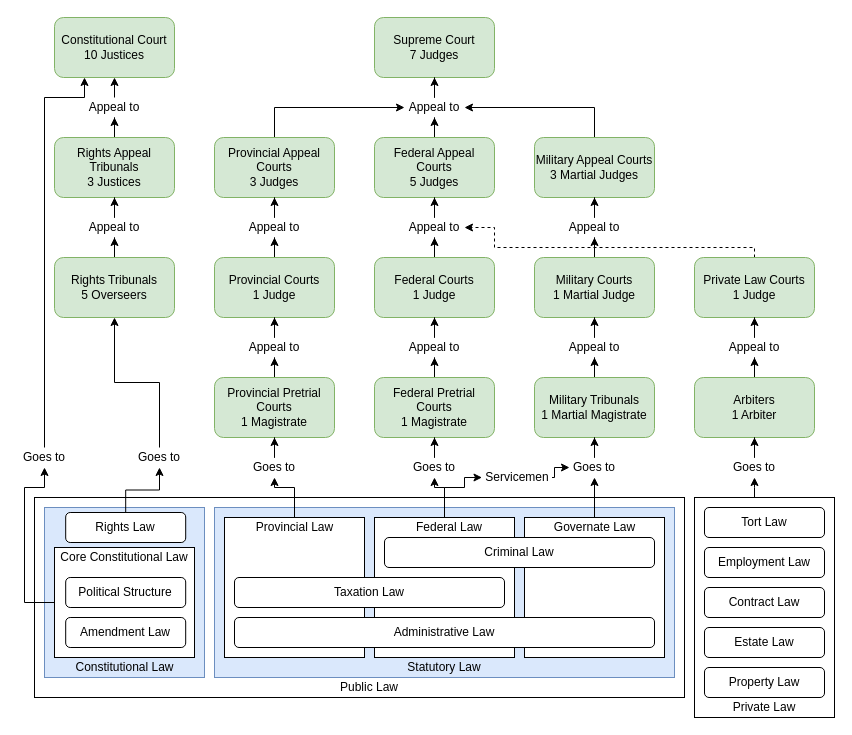
Earlier version of the draw.io diagram Palorsenna/Palorsennan Legal Org Chart.drawio (jamlamtheblue/DES-Pol). Source tidied: cells renumbered, new cells numbered last; positions are measured from the earlier drawing's top-left corner, leaving out a move shared by most shapes. Both pictures are drawn from the tidied source at 100%, with x=0, y=0 at pixel (19, 17).
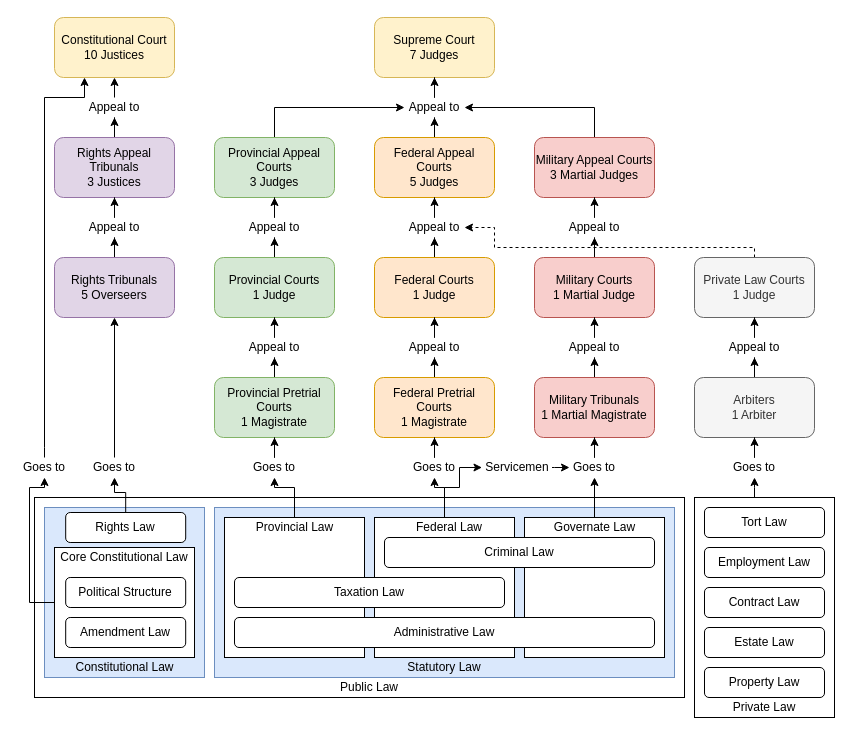
The same page after the edit.

Unchanged cells that the change refers to:
```xml
<mxCell id="12" style="rounded=0;whiteSpace=wrap;html=1;" parent="1" vertex="1">
  <mxGeometry x="355" y="500" width="140" height="140" as="geometry" />
</mxCell>
<mxCell id="66" style="rounded=0;whiteSpace=wrap;html=1;" parent="1" vertex="1">
  <mxGeometry x="35" y="530" width="140" height="110" as="geometry" />
</mxCell>
<mxCell id="93" value="Goes to" style="text;html=1;strokeColor=none;fillColor=none;align=center;verticalAlign=middle;whiteSpace=wrap;rounded=0;" parent="1" vertex="1">
  <mxGeometry x="550" y="440" width="50" height="20" as="geometry" />
</mxCell>
```

Diff of the diagram source:
```diff
@@
     <mxCell id="11" style="edgeStyle=orthogonalEdgeStyle;rounded=0;jettySize=auto;html=1;entryX=0;entryY=0.5;entryDx=0;entryDy=0;" parent="1" edge="1" source="12" target="97">
       <mxGeometry relative="1" as="geometry">
         <Array as="points">
           <mxPoint x="425" y="470" />
-          <mxPoint x="445" y="470" />
-          <mxPoint x="445" y="460" />
+          <mxPoint x="440" y="470" />
+          <mxPoint x="440" y="450" />
         </Array>
       </mxGeometry>
     </mxCell>
@@
-    <mxCell id="13" value="Supreme Court&lt;br&gt;7 Judges" style="rounded=1;whiteSpace=wrap;html=1;fillColor=#d5e8d4;strokeColor=#82b366;" parent="1" vertex="1">
+    <mxCell id="13" value="Supreme Court&lt;br&gt;7 Judges" style="rounded=1;whiteSpace=wrap;html=1;fillColor=#fff2cc;strokeColor=#d6b656;" parent="1" vertex="1">
       <mxGeometry x="355" width="120" height="60" as="geometry" />
     </mxCell>
-    <mxCell id="14" value="Constitutional Court&lt;br&gt;10 Justices" style="rounded=1;whiteSpace=wrap;html=1;fillColor=#d5e8d4;strokeColor=#82b366;" parent="1" vertex="1">
+    <mxCell id="14" value="Constitutional Court&lt;br&gt;10 Justices" style="rounded=1;whiteSpace=wrap;html=1;fillColor=#fff2cc;strokeColor=#d6b656;" parent="1" vertex="1">
       <mxGeometry x="35" width="120" height="60" as="geometry" />
     </mxCell>
@@
-    <mxCell id="16" value="Federal Appeal Courts&lt;br&gt;5 Judges" style="rounded=1;whiteSpace=wrap;html=1;fillColor=#d5e8d4;strokeColor=#82b366;" parent="1" vertex="1">
+    <mxCell id="16" value="Federal Appeal Courts&lt;br&gt;5 Judges" style="rounded=1;whiteSpace=wrap;html=1;fillColor=#ffe6cc;strokeColor=#d79b00;" parent="1" vertex="1">
       <mxGeometry x="355" y="120" width="120" height="60" as="geometry" />
     </mxCell>
@@
-    <mxCell id="20" value="Military Appeal Courts&lt;br&gt;3 Martial Judges" style="rounded=1;whiteSpace=wrap;html=1;fillColor=#d5e8d4;strokeColor=#82b366;" parent="1" vertex="1">
+    <mxCell id="20" value="Military Appeal Courts&lt;br&gt;3 Martial Judges" style="rounded=1;whiteSpace=wrap;html=1;fillColor=#f8cecc;strokeColor=#b85450;" parent="1" vertex="1">
       <mxGeometry x="515" y="120" width="120" height="60" as="geometry" />
     </mxCell>
@@
-    <mxCell id="24" value="Federal Courts&lt;br&gt;1 Judge" style="rounded=1;whiteSpace=wrap;html=1;fillColor=#d5e8d4;strokeColor=#82b366;" parent="1" vertex="1">
+    <mxCell id="24" value="Federal Courts&lt;br&gt;1 Judge" style="rounded=1;whiteSpace=wrap;html=1;fillColor=#ffe6cc;strokeColor=#d79b00;" parent="1" vertex="1">
       <mxGeometry x="355" y="240" width="120" height="60" as="geometry" />
     </mxCell>
@@
-    <mxCell id="26" value="Military Courts&lt;br&gt;1 Martial Judge" style="rounded=1;whiteSpace=wrap;html=1;fillColor=#d5e8d4;strokeColor=#82b366;" parent="1" vertex="1">
+    <mxCell id="26" value="Military Courts&lt;br&gt;1 Martial Judge" style="rounded=1;whiteSpace=wrap;html=1;fillColor=#f8cecc;strokeColor=#b85450;" parent="1" vertex="1">
       <mxGeometry x="515" y="240" width="120" height="60" as="geometry" />
     </mxCell>
@@
-    <mxCell id="30" value="Federal Pretrial Courts&lt;br&gt;1 Magistrate" style="rounded=1;whiteSpace=wrap;html=1;fillColor=#d5e8d4;strokeColor=#82b366;" parent="1" vertex="1">
+    <mxCell id="30" value="Federal Pretrial Courts&lt;br&gt;1 Magistrate" style="rounded=1;whiteSpace=wrap;html=1;fillColor=#ffe6cc;strokeColor=#d79b00;" parent="1" vertex="1">
       <mxGeometry x="355" y="360" width="120" height="60" as="geometry" />
     </mxCell>
@@
-    <mxCell id="32" value="Arbiters&lt;br&gt;1 Arbiter" style="rounded=1;whiteSpace=wrap;html=1;fillColor=#d5e8d4;strokeColor=#82b366;" parent="1" vertex="1">
+    <mxCell id="32" value="Arbiters&lt;br&gt;1 Arbiter" style="rounded=1;whiteSpace=wrap;html=1;fillColor=#f5f5f5;strokeColor=#666666;fontColor=#333333;" parent="1" vertex="1">
       <mxGeometry x="675" y="360" width="120" height="60" as="geometry" />
     </mxCell>
@@
-    <mxCell id="34" value="Military Tribunals&lt;br&gt;1 Martial Magistrate" style="rounded=1;whiteSpace=wrap;html=1;fillColor=#d5e8d4;strokeColor=#82b366;" parent="1" vertex="1">
+    <mxCell id="34" value="Military Tribunals&lt;br&gt;1 Martial Magistrate" style="rounded=1;whiteSpace=wrap;html=1;fillColor=#f8cecc;strokeColor=#b85450;" parent="1" vertex="1">
       <mxGeometry x="515" y="360" width="120" height="60" as="geometry" />
     </mxCell>
@@
-    <mxCell id="47" value="Rights Appeal Tribunals&lt;br&gt;3 Justices" style="rounded=1;whiteSpace=wrap;html=1;fillColor=#d5e8d4;strokeColor=#82b366;" parent="1" vertex="1">
+    <mxCell id="47" value="Rights Appeal Tribunals&lt;br&gt;3 Justices" style="rounded=1;whiteSpace=wrap;html=1;fillColor=#e1d5e7;strokeColor=#9673a6;" parent="1" vertex="1">
       <mxGeometry x="35" y="120" width="120" height="60" as="geometry" />
     </mxCell>
@@
     <mxCell id="65" style="edgeStyle=orthogonalEdgeStyle;rounded=0;jettySize=auto;html=1;entryX=0.5;entryY=1;entryDx=0;entryDy=0;" parent="1" edge="1" source="66" target="89">
       <mxGeometry relative="1" as="geometry">
         <Array as="points">
-          <mxPoint x="5" y="585" />
-          <mxPoint x="5" y="470" />
+          <mxPoint x="10" y="585" />
+          <mxPoint x="10" y="470" />
           <mxPoint x="25" y="470" />
         </Array>
       </mxGeometry>
     </mxCell>
@@
-    <mxCell id="67" value="Rights Tribunals&lt;br&gt;5 Overseers" style="rounded=1;whiteSpace=wrap;html=1;fillColor=#d5e8d4;strokeColor=#82b366;" parent="1" vertex="1">
+    <mxCell id="67" value="Rights Tribunals&lt;br&gt;5 Overseers" style="rounded=1;whiteSpace=wrap;html=1;fillColor=#e1d5e7;strokeColor=#9673a6;" parent="1" vertex="1">
       <mxGeometry x="35" y="240" width="120" height="60" as="geometry" />
     </mxCell>
@@
-    <mxCell id="81" value="Private Law Courts&lt;br&gt;1 Judge" style="rounded=1;whiteSpace=wrap;html=1;fillColor=#d5e8d4;strokeColor=#82b366;" parent="1" vertex="1">
+    <mxCell id="81" value="Private Law Courts&lt;br&gt;1 Judge" style="rounded=1;whiteSpace=wrap;html=1;fillColor=#f5f5f5;strokeColor=#666666;fontColor=#333333;" parent="1" vertex="1">
       <mxGeometry x="675" y="240" width="120" height="60" as="geometry" />
     </mxCell>
@@
     <mxCell id="87" value="Goes to" style="text;html=1;strokeColor=none;fillColor=none;align=center;verticalAlign=middle;whiteSpace=wrap;rounded=0;" parent="1" vertex="1">
-      <mxGeometry x="115" y="430" width="50" height="20" as="geometry" />
+      <mxGeometry x="70" y="440" width="50" height="20" as="geometry" />
     </mxCell>
@@
     <mxCell id="89" value="Goes to" style="text;html=1;strokeColor=none;fillColor=none;align=center;verticalAlign=middle;whiteSpace=wrap;rounded=0;" parent="1" vertex="1">
-      <mxGeometry y="430" width="50" height="20" as="geometry" />
+      <mxGeometry y="440" width="50" height="20" as="geometry" />
     </mxCell>
@@
     <mxCell id="96" style="edgeStyle=orthogonalEdgeStyle;rounded=0;jettySize=auto;html=1;entryX=0;entryY=0.5;entryDx=0;entryDy=0;" parent="1" edge="1" source="97" target="93">
       <mxGeometry relative="1" as="geometry">
         <Array as="points">
-          <mxPoint x="535" y="460" />
+          <mxPoint x="535" y="450" />
           <mxPoint x="535" y="450" />
         </Array>
       </mxGeometry>
     </mxCell>
     <mxCell id="97" value="Servicemen" style="text;html=1;strokeColor=none;fillColor=none;align=center;verticalAlign=middle;whiteSpace=wrap;rounded=0;" parent="1" vertex="1">
-      <mxGeometry x="462.5" y="450" width="70" height="20" as="geometry" />
+      <mxGeometry x="462.5" y="440" width="70" height="20" as="geometry" />
     </mxCell>
```
